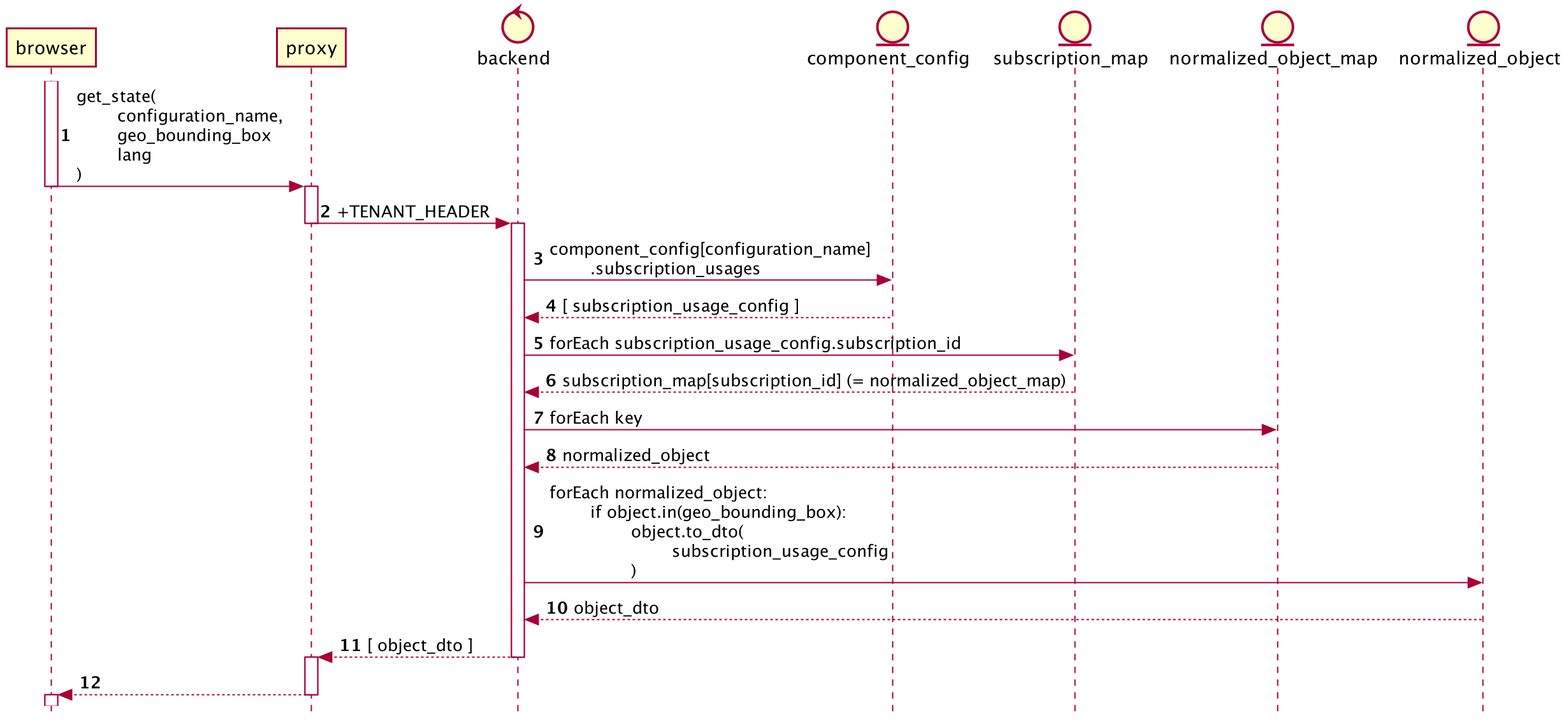
Earlier version of the PlantUML export docs/docs/uml/api_client_get_state.png (oss-vienna-at/movin-things).
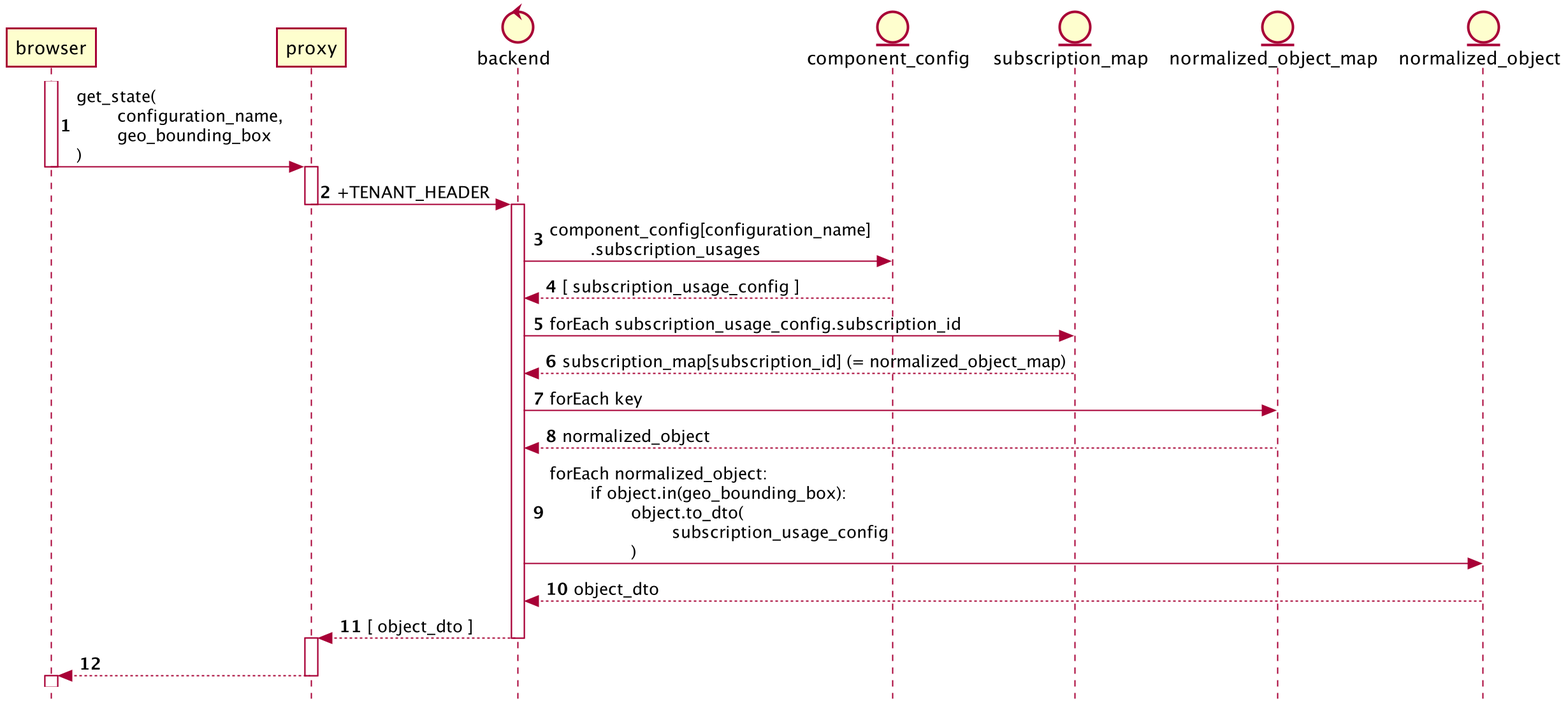
Later version of the same file.

Diff of the diagram source:
```diff
@@ -12,7 +12,7 @@
 entity normalized_object as o
 
 activate br
-br -> pr: get_state(\n\tconfiguration_name,\n\tgeo_bounding_box\n\tlang\n)
+br -> pr: get_state(\n\tconfiguration_name,\n\tgeo_bounding_box\n)
 deactivate br
 activate pr
 pr -> b: +TENANT_HEADER
```
